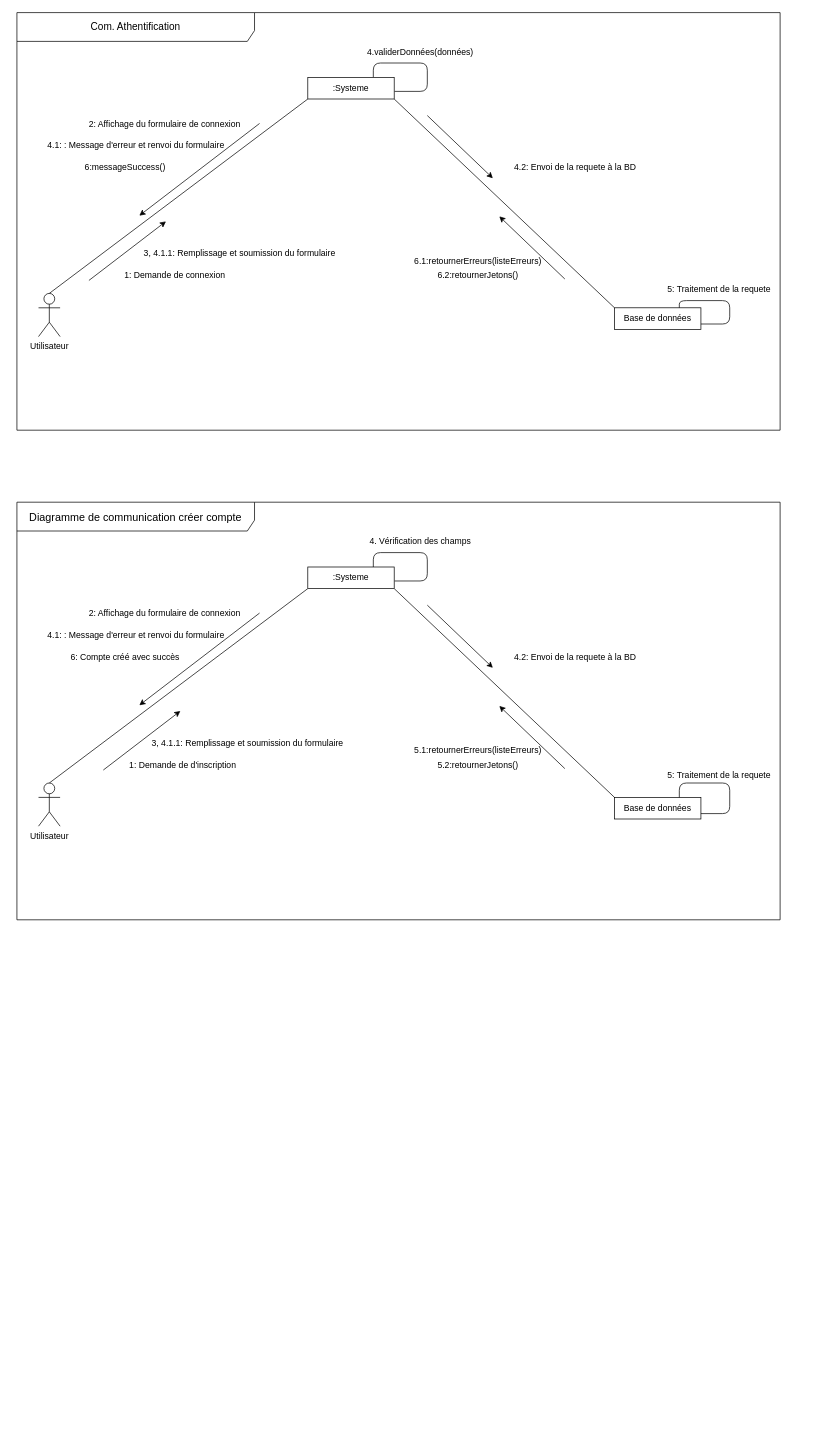
Earlier version of the draw.io diagram res/diagrammes de cimmunication.drawio (Meshavegas/Fadhyl-Store). Source tidied: cells renumbered, new cells numbered last; positions are measured from the earlier drawing's top-left corner, leaving out a move shared by most shapes. Both pictures are drawn from the tidied source at 72%, with x=0, y=0 at pixel (17, 12).
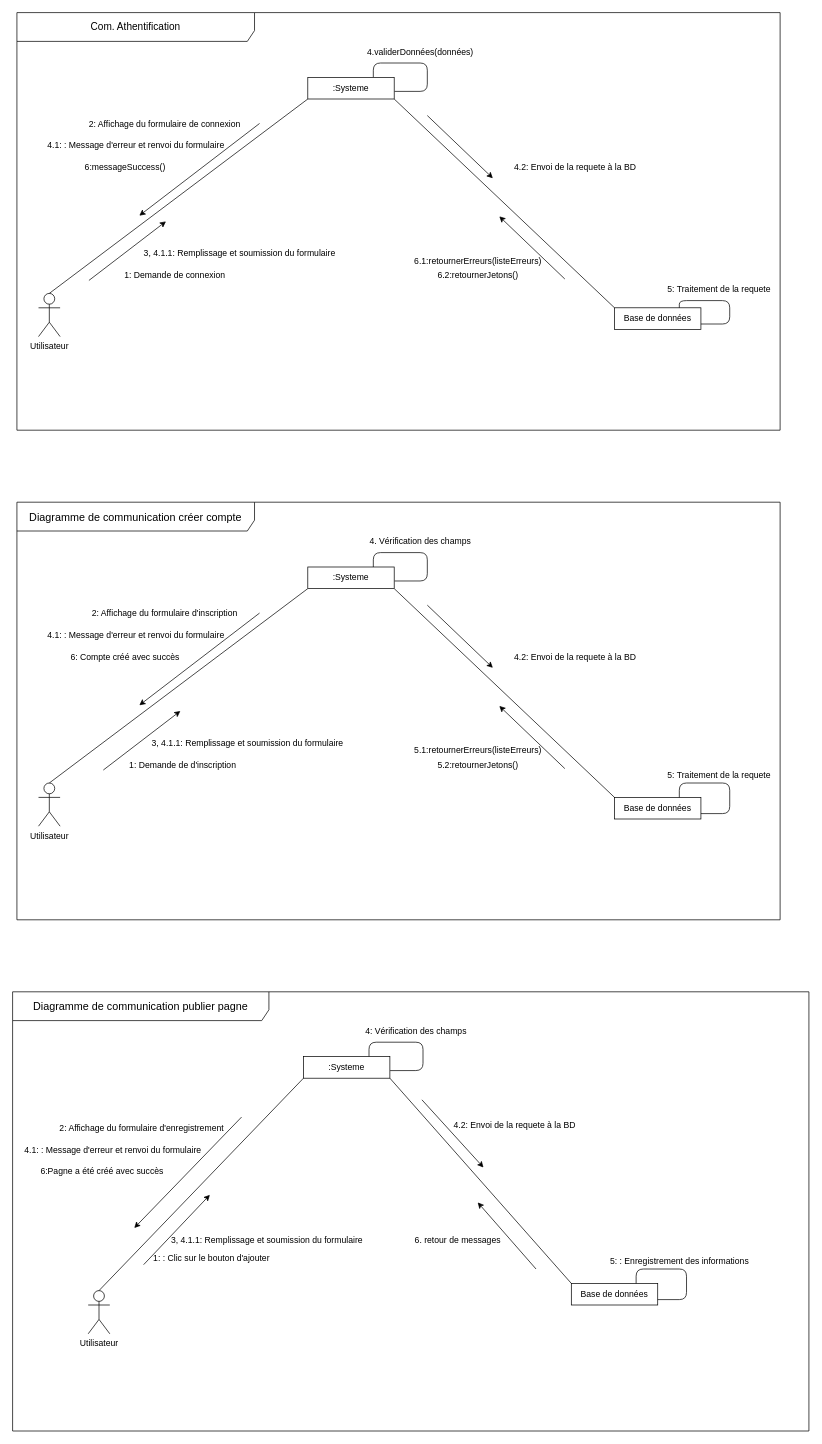
The same diagram, later.

The change refers to these unchanged cells:
```xml
<mxCell id="24" value="&lt;font style=&quot;font-size: 15px;&quot;&gt;Diagramme de communication créer compte&lt;br/&gt;&lt;/font&gt;" style="shape=umlFrame;whiteSpace=wrap;html=1;width=330;height=40;" parent="1" vertex="1">
  <mxGeometry y="680" width="1060" height="580" as="geometry" />
</mxCell>
```

Change to the diagram source:
```diff
@@
+    <mxCell id="36" value="2: Affichage du formulaire d'inscription" style="text;html=1;align=center;verticalAlign=middle;strokeColor=none;fillColor=none;" parent="24" vertex="1">
+      <mxGeometry x="90" y="140" width="230" height="30" as="geometry" />
+    </mxCell>
@@
-    <mxCell id="36" value="2: Affichage du formulaire de connexion" style="text;html=1;align=center;verticalAlign=middle;strokeColor=none;fillColor=none;" parent="1" vertex="1">
-      <mxGeometry x="90" y="820" width="230" height="30" as="geometry" />
-    </mxCell>
@@
+    <mxCell id="46" value="&lt;font style=&quot;font-size: 15px;&quot;&gt;Diagramme de communication publier pagne&lt;br&gt;&lt;/font&gt;" style="shape=umlFrame;whiteSpace=wrap;html=1;width=356;height=40;" parent="1" vertex="1">
+      <mxGeometry x="-6" y="1360" width="1106" height="610" as="geometry" />
+    </mxCell>
+    <mxCell id="47" value="Utilisateur" style="shape=umlActor;verticalLabelPosition=bottom;verticalAlign=top;html=1;outlineConnect=0;" parent="1" vertex="1">
+      <mxGeometry x="99" y="1775" width="30" height="60" as="geometry" />
+    </mxCell>
+    <mxCell id="48" style="edgeStyle=orthogonalEdgeStyle;rounded=1;jettySize=auto;html=1;exitX=0.75;exitY=0;exitDx=0;exitDy=0;entryX=1.003;entryY=0.648;entryDx=0;entryDy=0;entryPerimeter=0;endArrow=none;endFill=0;" parent="1" edge="1" target="51">
+      <mxGeometry relative="1" as="geometry">
+        <mxPoint x="489" y="1450" as="sourcePoint" />
+        <Array as="points">
+          <mxPoint x="489" y="1430" />
+          <mxPoint x="564" y="1430" />
+          <mxPoint x="564" y="1469" />
+        </Array>
+      </mxGeometry>
+    </mxCell>
+    <mxCell id="49" style="rounded=0;jettySize=auto;html=1;entryX=0;entryY=0;entryDx=0;entryDy=0;endArrow=none;endFill=0;exitX=1;exitY=1;exitDx=0;exitDy=0;" parent="1" edge="1" source="51" target="52">
+      <mxGeometry relative="1" as="geometry" />
+    </mxCell>
+    <mxCell id="50" style="rounded=0;jettySize=auto;html=1;exitX=0;exitY=1;exitDx=0;exitDy=0;entryX=0.5;entryY=0;entryDx=0;entryDy=0;entryPerimeter=0;endArrow=none;endFill=0;" parent="1" edge="1" source="51" target="47">
+      <mxGeometry relative="1" as="geometry" />
+    </mxCell>
+    <mxCell id="51" value=":Systeme" style="rounded=0;whiteSpace=wrap;html=1;" parent="1" vertex="1">
+      <mxGeometry x="398" y="1450" width="120" height="30" as="geometry" />
+    </mxCell>
+    <mxCell id="52" value="Base de  données" style="rounded=0;whiteSpace=wrap;html=1;" parent="1" vertex="1">
+      <mxGeometry x="770" y="1765" width="120" height="30" as="geometry" />
+    </mxCell>
+    <mxCell id="53" style="edgeStyle=orthogonalEdgeStyle;rounded=1;orthogonalLoop=1;jettySize=auto;html=1;exitX=0.75;exitY=0;exitDx=0;exitDy=0;entryX=1;entryY=0.75;entryDx=0;entryDy=0;endArrow=none;endFill=0;" parent="1" edge="1" source="52" target="52">
+      <mxGeometry relative="1" as="geometry">
+        <Array as="points">
+          <mxPoint x="860" y="1745" />
+          <mxPoint x="930" y="1745" />
+          <mxPoint x="930" y="1788" />
+        </Array>
+      </mxGeometry>
+    </mxCell>
+    <mxCell id="54" style="endArrow=classic;startArrow=none;html=1;rounded=0;startFill=0;" parent="1" edge="1">
+      <mxGeometry relative="1" as="geometry">
+        <mxPoint x="176" y="1739" as="sourcePoint" />
+        <mxPoint x="268" y="1642" as="targetPoint" />
+      </mxGeometry>
+    </mxCell>
+    <mxCell id="55" value="1: : Clic sur le bouton d'ajouter" style="text;html=1;align=center;verticalAlign=middle;strokeColor=none;fillColor=none;" parent="1" vertex="1">
+      <mxGeometry x="175" y="1715" width="190" height="30" as="geometry" />
+    </mxCell>
+    <mxCell id="56" value="4: Vérification des champs&lt;br/&gt;" style="text;html=1;align=center;verticalAlign=middle;strokeColor=none;fillColor=none;" parent="1" vertex="1">
+      <mxGeometry x="474" y="1400" width="160" height="30" as="geometry" />
+    </mxCell>
+    <mxCell id="57" style="endArrow=none;startArrow=classic;html=1;rounded=0;startFill=1;endFill=0;" parent="1" edge="1">
+      <mxGeometry relative="1" as="geometry">
+        <mxPoint x="163" y="1688" as="sourcePoint" />
+        <mxPoint x="312" y="1534" as="targetPoint" />
+      </mxGeometry>
+    </mxCell>
+    <mxCell id="58" value="2: Affichage du formulaire d'enregistrement" style="text;html=1;align=center;verticalAlign=middle;strokeColor=none;fillColor=none;" parent="1" vertex="1">
+      <mxGeometry x="48" y="1535" width="250" height="30" as="geometry" />
+    </mxCell>
+    <mxCell id="59" value="3, 4.1.1: Remplissage et soumission du formulaire" style="text;html=1;align=center;verticalAlign=middle;strokeColor=none;fillColor=none;" parent="1" vertex="1">
+      <mxGeometry x="202" y="1690" width="290" height="30" as="geometry" />
+    </mxCell>
+    <mxCell id="60" value="5:&amp;nbsp;: Enregistrement des informations" style="text;html=1;align=center;verticalAlign=middle;strokeColor=none;fillColor=none;" parent="1" vertex="1">
+      <mxGeometry x="810" y="1720" width="220" height="30" as="geometry" />
+    </mxCell>
+    <mxCell id="61" value="4.2: Envoi de la requete à la BD" style="text;html=1;align=center;verticalAlign=middle;strokeColor=none;fillColor=none;" parent="1" vertex="1">
+      <mxGeometry x="596" y="1530" width="190" height="30" as="geometry" />
+    </mxCell>
+    <mxCell id="62" value="6. retour de messages" style="text;html=1;align=center;verticalAlign=middle;strokeColor=none;fillColor=none;" parent="1" vertex="1">
+      <mxGeometry x="542" y="1691" width="140" height="30" as="geometry" />
+    </mxCell>
+    <mxCell id="63" style="endArrow=none;startArrow=classic;html=1;rounded=0;startFill=1;endFill=0;" parent="1" edge="1">
+      <mxGeometry relative="1" as="geometry">
+        <mxPoint x="648" y="1604" as="sourcePoint" />
+        <mxPoint x="562.5" y="1510" as="targetPoint" />
+      </mxGeometry>
+    </mxCell>
+    <mxCell id="64" style="endArrow=classic;startArrow=none;html=1;rounded=0;startFill=0;endFill=1;" parent="1" edge="1">
+      <mxGeometry relative="1" as="geometry">
+        <mxPoint x="721" y="1745" as="sourcePoint" />
+        <mxPoint x="640" y="1652.5" as="targetPoint" />
+      </mxGeometry>
+    </mxCell>
+    <mxCell id="65" value="4.1: : Message d'erreur et renvoi du formulaire" style="text;html=1;align=center;verticalAlign=middle;strokeColor=none;fillColor=none;" parent="1" vertex="1">
+      <mxGeometry x="-2" y="1565" width="270" height="30" as="geometry" />
+    </mxCell>
+    <mxCell id="66" value="6:Pagne a été&amp;nbsp;créé avec succès" style="text;html=1;align=center;verticalAlign=middle;strokeColor=none;fillColor=none;" parent="1" vertex="1">
+      <mxGeometry x="23" y="1595" width="190" height="30" as="geometry" />
+    </mxCell>
```
